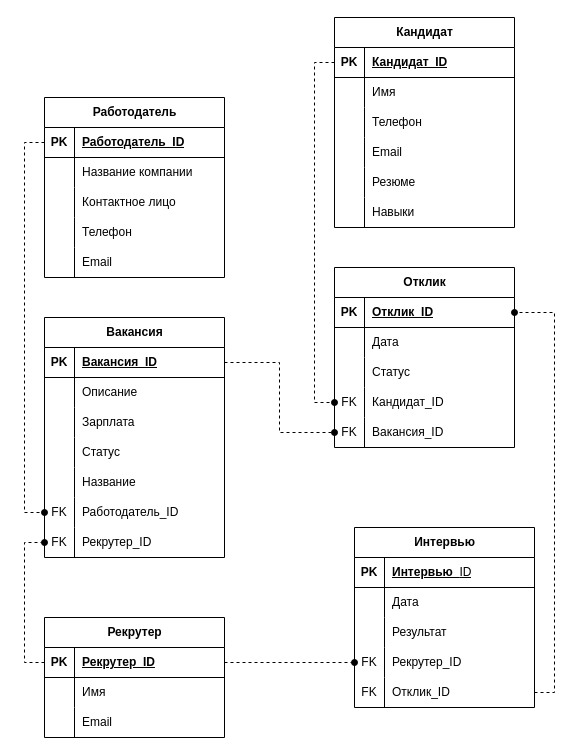
Above: Логическая.drawio in Regdal-cyber/Coursework (draw.io), before the change. Source tidied: cells renumbered, new cells numbered last; positions are measured from the earlier drawing's top-left corner, leaving out a move shared by most shapes. Both pictures are drawn from the tidied source at 100%, with x=0, y=0 at pixel (44, 17).
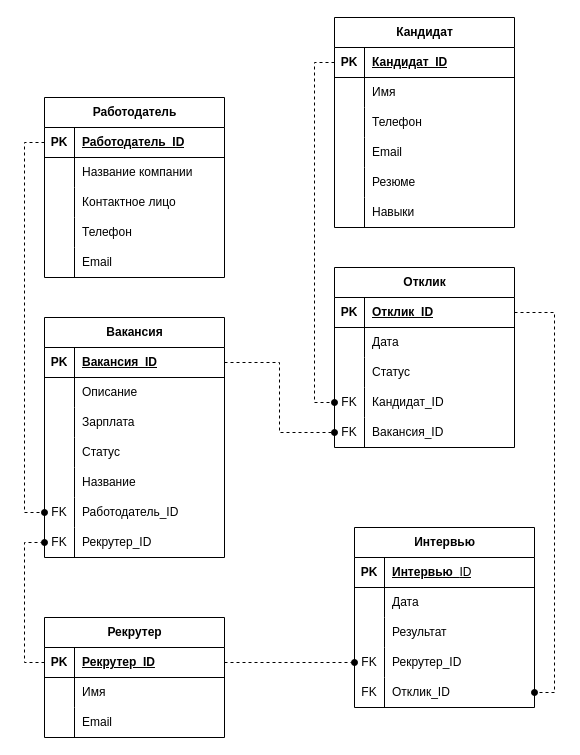
The same page after the edit.

Unchanged cells that the change refers to:
```xml
<mxCell id="22" style="shape=tableRow;horizontal=0;startSize=0;swimlaneHead=0;swimlaneBody=0;fillColor=none;points=[[0,0.5],[1,0.5]];portConstraint=eastwest;top=0;left=0;right=0;bottom=1;" parent="21" vertex="1">
  <mxGeometry y="30" width="180" height="30" as="geometry" />
</mxCell>
<mxCell id="60" style="shape=tableRow;horizontal=0;startSize=0;swimlaneHead=0;swimlaneBody=0;fillColor=none;points=[[0,0.5],[1,0.5]];portConstraint=eastwest;top=0;left=0;right=0;bottom=0;" parent="47" vertex="1">
  <mxGeometry y="150" width="180" height="30" as="geometry" />
</mxCell>
```

Diff of the diagram source:
```diff
@@
-    <mxCell id="101" style="edgeStyle=orthogonalEdgeStyle;rounded=0;jettySize=auto;html=1;entryX=1;entryY=0.5;entryDx=0;entryDy=0;exitX=1;exitY=0.5;exitDx=0;exitDy=0;dashed=1;endArrow=oval;endFill=1;" parent="1" edge="1" source="60" target="22">
+    <mxCell id="101" style="edgeStyle=orthogonalEdgeStyle;rounded=0;jettySize=auto;html=1;entryX=1;entryY=0.5;entryDx=0;entryDy=0;dashed=1;endArrow=oval;endFill=1;exitX=1;exitY=0.5;exitDx=0;exitDy=0;" parent="1" edge="1" source="22" target="60">
       <mxGeometry relative="1" as="geometry" />
     </mxCell>
```
